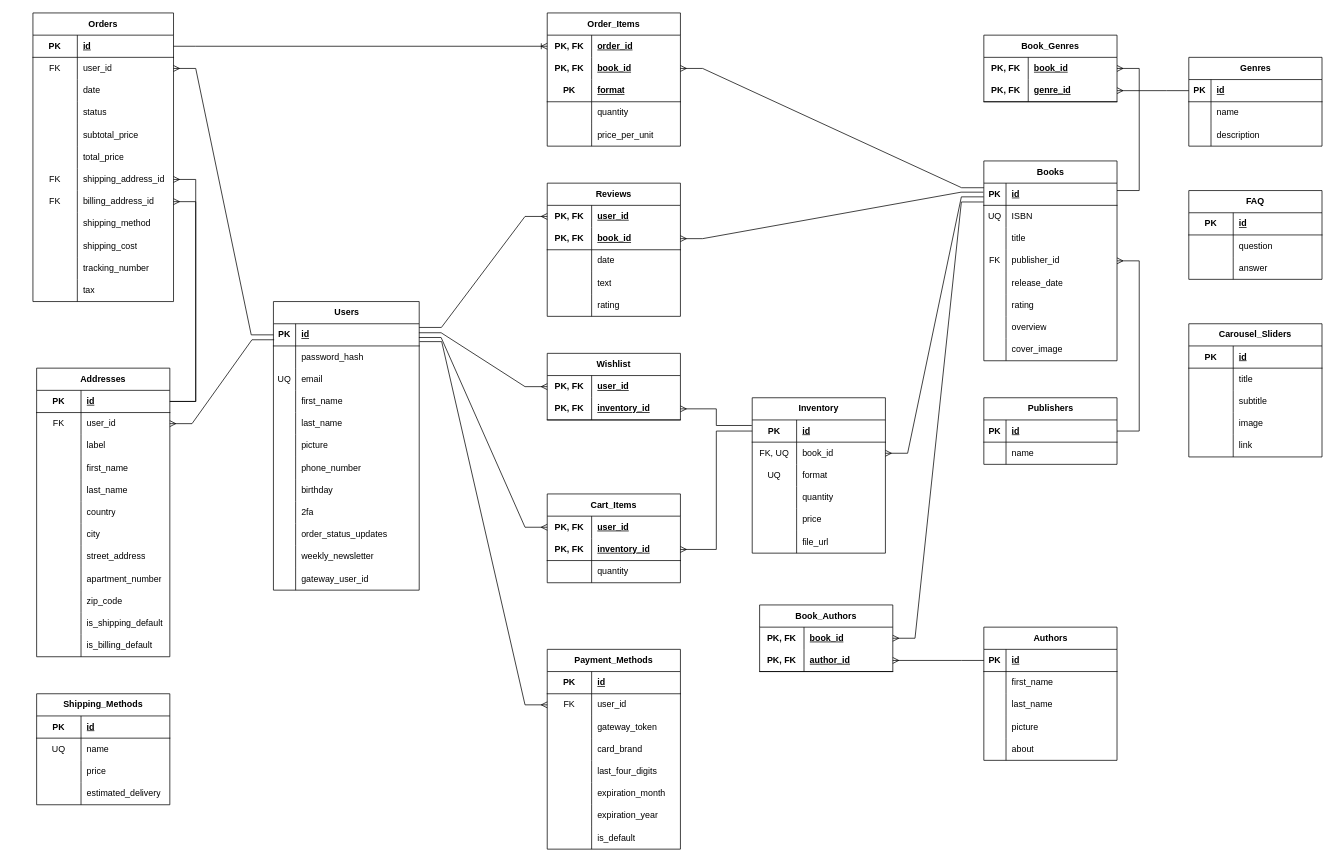
Before: ERD.drawio in ShayTam/Bookstore, a draw.io diagram. Source tidied: cells renumbered, new cells numbered last; positions are measured from the earlier drawing's top-left corner, leaving out a move shared by most shapes. Both pictures are drawn from the tidied source at 74%, with x=0, y=0 at pixel (33, 13).
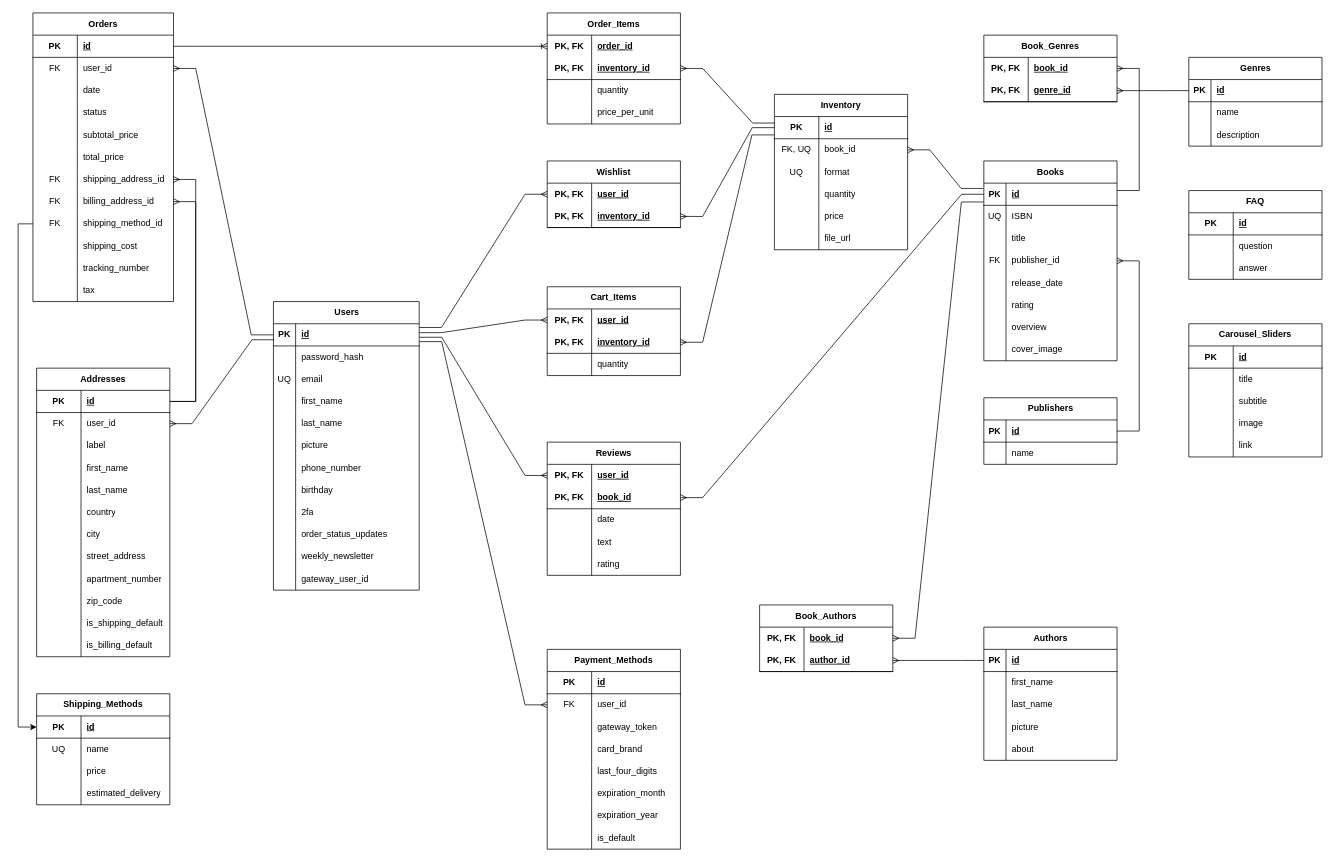
Above is the later version.

Commit message:
Connected order_item to inventory

The change refers to these unchanged cells:
```xml
<mxCell id="3" style="shape=tableRow;horizontal=0;startSize=0;swimlaneHead=0;swimlaneBody=0;fillColor=none;points=[[0,0.5],[1,0.5]];portConstraint=eastwest;top=0;left=0;right=0;bottom=1;" parent="2" vertex="1">
  <mxGeometry y="30" width="197" height="30" as="geometry" />
</mxCell>
<mxCell id="40" style="shape=tableRow;horizontal=0;startSize=0;swimlaneHead=0;swimlaneBody=0;fillColor=none;points=[[0,0.5],[1,0.5]];portConstraint=eastwest;top=0;left=0;right=0;bottom=1;" parent="39" vertex="1">
  <mxGeometry y="30" width="180" height="30" as="geometry" />
</mxCell>
<mxCell id="65" style="shape=tableRow;horizontal=0;startSize=0;swimlaneHead=0;swimlaneBody=0;fillColor=none;points=[[0,0.5],[1,0.5]];portConstraint=eastwest;top=0;left=0;right=0;bottom=0;html=1;" parent="64" vertex="1">
  <mxGeometry y="30" width="180" height="30" as="geometry" />
</mxCell>
<mxCell id="68" style="shape=tableRow;horizontal=0;startSize=0;swimlaneHead=0;swimlaneBody=0;fillColor=none;points=[[0,0.5],[1,0.5]];portConstraint=eastwest;top=0;left=0;right=0;bottom=1;html=1;" parent="64" vertex="1">
  <mxGeometry y="60" width="180" height="30" as="geometry" />
</mxCell>
<mxCell id="81" style="shape=tableRow;horizontal=0;startSize=0;swimlaneHead=0;swimlaneBody=0;fillColor=none;points=[[0,0.5],[1,0.5]];portConstraint=eastwest;top=0;left=0;right=0;bottom=1;html=1;" parent="80" vertex="1">
  <mxGeometry y="30" width="180" height="30" as="geometry" />
</mxCell>
<mxCell id="84" style="shape=tableRow;horizontal=0;startSize=0;swimlaneHead=0;swimlaneBody=0;fillColor=none;points=[[0,0.5],[1,0.5]];portConstraint=eastwest;top=0;left=0;right=0;bottom=0;html=1;" parent="80" vertex="1">
  <mxGeometry y="60" width="180" height="30" as="geometry" />
</mxCell>
<mxCell id="147" style="shape=tableRow;horizontal=0;startSize=0;swimlaneHead=0;swimlaneBody=0;fillColor=none;points=[[0,0.5],[1,0.5]];portConstraint=eastwest;top=0;left=0;right=0;bottom=0;html=1;" parent="122" vertex="1">
  <mxGeometry y="270" width="190" height="30" as="geometry" />
</mxCell>
<mxCell id="160" style="shape=tableRow;horizontal=0;startSize=0;swimlaneHead=0;swimlaneBody=0;fillColor=none;points=[[0,0.5],[1,0.5]];portConstraint=eastwest;top=0;left=0;right=0;bottom=0;html=1;" parent="159" vertex="1">
  <mxGeometry y="30" width="180" height="30" as="geometry" />
</mxCell>
<mxCell id="163" style="shape=tableRow;horizontal=0;startSize=0;swimlaneHead=0;swimlaneBody=0;fillColor=none;points=[[0,0.5],[1,0.5]];portConstraint=eastwest;top=0;left=0;right=0;bottom=1;html=1;" parent="159" vertex="1">
  <mxGeometry y="60" width="180" height="30" as="geometry" />
</mxCell>
<mxCell id="284" style="shape=tableRow;horizontal=0;startSize=0;swimlaneHead=0;swimlaneBody=0;fillColor=none;points=[[0,0.5],[1,0.5]];portConstraint=eastwest;top=0;left=0;right=0;bottom=1;html=1;" parent="283" vertex="1">
  <mxGeometry y="30" width="180" height="30" as="geometry" />
</mxCell>
<mxCell id="323" style="shape=tableRow;horizontal=0;startSize=0;swimlaneHead=0;swimlaneBody=0;fillColor=none;points=[[0,0.5],[1,0.5]];portConstraint=eastwest;top=0;left=0;right=0;bottom=0;html=1;" parent="322" vertex="1">
  <mxGeometry y="30" width="180" height="30" as="geometry" />
</mxCell>
<mxCell id="326" style="shape=tableRow;horizontal=0;startSize=0;swimlaneHead=0;swimlaneBody=0;fillColor=none;points=[[0,0.5],[1,0.5]];portConstraint=eastwest;top=0;left=0;right=0;bottom=1;html=1;" parent="322" vertex="1">
  <mxGeometry y="60" width="180" height="30" as="geometry" />
</mxCell>
```

Change to the diagram source:
```diff
@@
     <mxCell id="64" value="Reviews" style="shape=table;startSize=30;childLayout=tableLayout;rowLines=0;fontStyle=1;align=center;html=1;whiteSpace=wrap;" parent="1" vertex="1">
-      <mxGeometry x="695" y="230" width="180" height="180" as="geometry" />
+      <mxGeometry x="695" y="580" width="180" height="180" as="geometry" />
     </mxCell>
@@
     <mxCell id="80" value="Inventory" style="shape=table;startSize=30;childLayout=tableLayout;rowLines=0;fontStyle=1;align=center;html=1;whiteSpace=wrap;" parent="1" vertex="1">
-      <mxGeometry x="972" y="520" width="180" height="210" as="geometry" />
+      <mxGeometry x="1002" y="110" width="180" height="210" as="geometry" />
     </mxCell>
@@
-    <mxCell id="148" style="shape=partialRectangle;fillColor=none;top=0;left=0;bottom=0;right=0;overflow=hidden;html=1;whiteSpace=wrap;" parent="147" vertex="1">
+    <mxCell id="148" value="FK" style="shape=partialRectangle;fillColor=none;top=0;left=0;bottom=0;right=0;overflow=hidden;html=1;whiteSpace=wrap;" parent="147" vertex="1">
       <mxGeometry width="60" height="30" as="geometry" />
     </mxCell>
-    <mxCell id="149" value="shipping_method" style="shape=partialRectangle;fillColor=none;top=0;left=0;bottom=0;right=0;align=left;spacingLeft=6;overflow=hidden;html=1;whiteSpace=wrap;" parent="147" vertex="1">
+    <mxCell id="149" value="shipping_method_id" style="shape=partialRectangle;fillColor=none;top=0;left=0;bottom=0;right=0;align=left;spacingLeft=6;overflow=hidden;html=1;whiteSpace=wrap;" parent="147" vertex="1">
       <mxGeometry x="60" width="130" height="30" as="geometry" />
     </mxCell>
@@
     <mxCell id="159" value="Wishlist" style="shape=table;startSize=30;childLayout=tableLayout;rowLines=0;fontStyle=1;align=center;html=1;whiteSpace=wrap;" parent="1" vertex="1">
-      <mxGeometry x="695" y="460" width="180" height="90" as="geometry" />
+      <mxGeometry x="695" y="200" width="180" height="90" as="geometry" />
     </mxCell>
@@
     <mxCell id="166" value="&lt;span style=&quot;white-space: nowrap;&quot;&gt;Order_Items&lt;/span&gt;" style="shape=table;startSize=30;childLayout=tableLayout;rowLines=0;fontStyle=1;align=center;html=1;whiteSpace=wrap;" parent="1" vertex="1">
-      <mxGeometry x="695" width="180" height="180" as="geometry" />
+      <mxGeometry x="695" width="180" height="150" as="geometry" />
     </mxCell>
@@
-    <mxCell id="170" style="shape=tableRow;horizontal=0;startSize=0;swimlaneHead=0;swimlaneBody=0;fillColor=none;points=[[0,0.5],[1,0.5]];portConstraint=eastwest;top=0;left=0;right=0;bottom=0;html=1;" parent="166" vertex="1">
-      <mxGeometry y="60" width="180" height="30" as="geometry" />
-    </mxCell>
-    <mxCell id="171" value="PK, FK" style="shape=partialRectangle;fillColor=none;top=0;left=0;bottom=0;right=0;fontStyle=1;overflow=hidden;html=1;whiteSpace=wrap;" parent="170" vertex="1">
-      <mxGeometry width="60" height="30" as="geometry" />
-    </mxCell>
-    <mxCell id="172" value="book_id" style="shape=partialRectangle;fillColor=none;top=0;left=0;bottom=0;right=0;align=left;spacingLeft=6;fontStyle=5;overflow=hidden;html=1;whiteSpace=wrap;" parent="170" vertex="1">
-      <mxGeometry x="60" width="120" height="30" as="geometry" />
-    </mxCell>
     <mxCell id="173" style="shape=tableRow;horizontal=0;startSize=0;swimlaneHead=0;swimlaneBody=0;fillColor=none;points=[[0,0.5],[1,0.5]];portConstraint=eastwest;top=0;left=0;right=0;bottom=1;html=1;" parent="166" vertex="1">
-      <mxGeometry y="90" width="180" height="30" as="geometry" />
+      <mxGeometry y="60" width="180" height="30" as="geometry" />
     </mxCell>
-    <mxCell id="174" value="PK" style="shape=partialRectangle;fillColor=none;top=0;left=0;bottom=0;right=0;fontStyle=1;overflow=hidden;html=1;whiteSpace=wrap;" parent="173" vertex="1">
+    <mxCell id="174" value="PK, FK" style="shape=partialRectangle;fillColor=none;top=0;left=0;bottom=0;right=0;fontStyle=1;overflow=hidden;html=1;whiteSpace=wrap;" parent="173" vertex="1">
       <mxGeometry width="60" height="30" as="geometry" />
     </mxCell>
-    <mxCell id="175" value="format" style="shape=partialRectangle;fillColor=none;top=0;left=0;bottom=0;right=0;align=left;spacingLeft=6;fontStyle=5;overflow=hidden;html=1;whiteSpace=wrap;" parent="173" vertex="1">
+    <mxCell id="175" value="inventory_id" style="shape=partialRectangle;fillColor=none;top=0;left=0;bottom=0;right=0;align=left;spacingLeft=6;fontStyle=5;overflow=hidden;html=1;whiteSpace=wrap;" parent="173" vertex="1">
       <mxGeometry x="60" width="120" height="30" as="geometry" />
     </mxCell>
     <mxCell id="176" style="shape=tableRow;horizontal=0;startSize=0;swimlaneHead=0;swimlaneBody=0;fillColor=none;top=0;left=0;right=0;bottom=0;html=1;" parent="166" vertex="1">
-      <mxGeometry y="120" width="180" height="30" as="geometry" />
+      <mxGeometry y="90" width="180" height="30" as="geometry" />
     </mxCell>
@@
     <mxCell id="179" style="shape=tableRow;horizontal=0;startSize=0;swimlaneHead=0;swimlaneBody=0;fillColor=none;top=0;left=0;right=0;bottom=0;html=1;" parent="166" vertex="1">
-      <mxGeometry y="150" width="180" height="30" as="geometry" />
+      <mxGeometry y="120" width="180" height="30" as="geometry" />
     </mxCell>
@@
-    <mxCell id="227" style="edgeStyle=entityRelationEdgeStyle;fontSize=12;html=1;endArrow=none;rounded=0;exitX=1;exitY=0.5;exitDx=0;exitDy=0;startArrow=ERmany;startFill=0;endFill=0;entryX=0;entryY=0.206;entryDx=0;entryDy=0;entryPerimeter=0;" parent="1" edge="1" source="170" target="40">
-      <mxGeometry relative="1" as="geometry" />
-    </mxCell>
@@
-    <mxCell id="229" style="edgeStyle=entityRelationEdgeStyle;fontSize=12;html=1;endArrow=ERmany;rounded=0;endFill=0;entryX=0;entryY=0.5;entryDx=0;entryDy=0;exitX=0.998;exitY=0.405;exitDx=0;exitDy=0;exitPerimeter=0;" parent="1" edge="1" source="3" target="160">
+    <mxCell id="229" style="edgeStyle=entityRelationEdgeStyle;fontSize=12;html=1;endArrow=ERmany;rounded=0;endFill=0;entryX=0;entryY=0.5;entryDx=0;entryDy=0;exitX=1;exitY=0.169;exitDx=0;exitDy=0;exitPerimeter=0;" parent="1" edge="1" source="3" target="160">
       <mxGeometry relative="1" as="geometry" />
     </mxCell>
@@
-    <mxCell id="231" style="edgeStyle=entityRelationEdgeStyle;fontSize=12;html=1;endArrow=ERmany;rounded=0;endFill=0;startArrow=none;startFill=0;exitX=-0.002;exitY=0.617;exitDx=0;exitDy=0;exitPerimeter=0;entryX=1;entryY=0.5;entryDx=0;entryDy=0;" parent="1" edge="1" source="40" target="84">
+    <mxCell id="231" style="edgeStyle=entityRelationEdgeStyle;fontSize=12;html=1;endArrow=ERmany;rounded=0;endFill=0;startArrow=none;startFill=0;exitX=-0.004;exitY=0.239;exitDx=0;exitDy=0;exitPerimeter=0;entryX=1;entryY=0.5;entryDx=0;entryDy=0;" parent="1" edge="1" source="40" target="84">
       <mxGeometry relative="1" as="geometry" />
     </mxCell>
-    <mxCell id="232" style="edgeStyle=entityRelationEdgeStyle;fontSize=12;html=1;endArrow=ERmany;rounded=0;entryX=1;entryY=0.5;entryDx=0;entryDy=0;endFill=0;startArrow=none;startFill=0;exitX=-0.004;exitY=0.406;exitDx=0;exitDy=0;exitPerimeter=0;" parent="1" edge="1" source="40" target="68">
+    <mxCell id="232" style="edgeStyle=entityRelationEdgeStyle;fontSize=12;html=1;endArrow=ERmany;rounded=0;entryX=1;entryY=0.5;entryDx=0;entryDy=0;endFill=0;startArrow=none;startFill=0;exitX=0;exitY=0.5;exitDx=0;exitDy=0;" parent="1" edge="1" source="40" target="68">
       <mxGeometry relative="1" as="geometry" />
     </mxCell>
-    <mxCell id="233" style="edgeStyle=entityRelationEdgeStyle;fontSize=12;html=1;endArrow=ERmany;rounded=0;entryX=0;entryY=0.5;entryDx=0;entryDy=0;endFill=0;" parent="1" edge="1" target="65">
-      <mxGeometry relative="1" as="geometry">
-        <mxPoint x="522" y="425" as="sourcePoint" />
-      </mxGeometry>
+    <mxCell id="233" style="edgeStyle=entityRelationEdgeStyle;fontSize=12;html=1;endArrow=ERmany;rounded=0;entryX=0;entryY=0.5;entryDx=0;entryDy=0;endFill=0;exitX=1.002;exitY=0.609;exitDx=0;exitDy=0;exitPerimeter=0;" parent="1" edge="1" source="3" target="65">
+      <mxGeometry relative="1" as="geometry" />
     </mxCell>
@@
     <mxCell id="322" value="&lt;span style=&quot;white-space: nowrap;&quot;&gt;Cart_Items&lt;/span&gt;" style="shape=table;startSize=30;childLayout=tableLayout;rowLines=0;fontStyle=1;align=center;html=1;whiteSpace=wrap;" parent="1" vertex="1">
-      <mxGeometry x="695" y="650" width="180" height="120" as="geometry" />
+      <mxGeometry x="695" y="370" width="180" height="120" as="geometry" />
     </mxCell>
@@
-    <mxCell id="332" style="edgeStyle=entityRelationEdgeStyle;rounded=0;jettySize=auto;html=1;exitX=0;exitY=0.5;exitDx=0;exitDy=0;entryX=0.998;entryY=0.619;entryDx=0;entryDy=0;endArrow=none;endFill=0;startArrow=ERmany;startFill=0;entryPerimeter=0;" parent="1" edge="1" source="323" target="3">
+    <mxCell id="332" style="edgeStyle=entityRelationEdgeStyle;rounded=0;jettySize=auto;html=1;exitX=0;exitY=0.5;exitDx=0;exitDy=0;entryX=1.001;entryY=0.4;entryDx=0;entryDy=0;endArrow=none;endFill=0;startArrow=ERmany;startFill=0;entryPerimeter=0;" parent="1" edge="1" source="323" target="3">
       <mxGeometry relative="1" as="geometry" />
     </mxCell>
@@
-    <mxCell id="334" style="edgeStyle=orthogonalEdgeStyle;rounded=0;jettySize=auto;html=1;entryX=-0.003;entryY=0.249;entryDx=0;entryDy=0;entryPerimeter=0;startArrow=ERmany;startFill=0;endArrow=none;endFill=0;" parent="1" edge="1" source="163" target="81">
+    <mxCell id="334" style="edgeStyle=entityRelationEdgeStyle;rounded=0;jettySize=auto;html=1;entryX=0;entryY=0.5;entryDx=0;entryDy=0;startArrow=ERmany;startFill=0;endArrow=none;endFill=0;" parent="1" edge="1" source="163" target="81">
       <mxGeometry relative="1" as="geometry" />
     </mxCell>
-    <mxCell id="335" style="edgeStyle=orthogonalEdgeStyle;rounded=0;jettySize=auto;html=1;entryX=0;entryY=0.5;entryDx=0;entryDy=0;startArrow=ERmany;startFill=0;endArrow=none;endFill=0;" parent="1" edge="1" source="326" target="81">
+    <mxCell id="335" style="edgeStyle=entityRelationEdgeStyle;rounded=0;jettySize=auto;html=1;entryX=-0.002;entryY=0.827;entryDx=0;entryDy=0;startArrow=ERmany;startFill=0;endArrow=none;endFill=0;entryPerimeter=0;" parent="1" edge="1" source="326" target="81">
       <mxGeometry relative="1" as="geometry" />
     </mxCell>
+    <mxCell id="336" style="edgeStyle=orthogonalEdgeStyle;rounded=0;jettySize=auto;html=1;exitX=0;exitY=0.5;exitDx=0;exitDy=0;entryX=0;entryY=0.5;entryDx=0;entryDy=0;" parent="1" edge="1" source="147" target="284">
+      <mxGeometry relative="1" as="geometry" />
+    </mxCell>
+    <mxCell id="337" style="edgeStyle=entityRelationEdgeStyle;rounded=0;jettySize=auto;html=1;entryX=0.004;entryY=0.294;entryDx=0;entryDy=0;entryPerimeter=0;endArrow=none;endFill=0;startArrow=ERmany;startFill=0;" parent="1" edge="1" source="173" target="81">
+      <mxGeometry relative="1" as="geometry" />
+    </mxCell>
```
